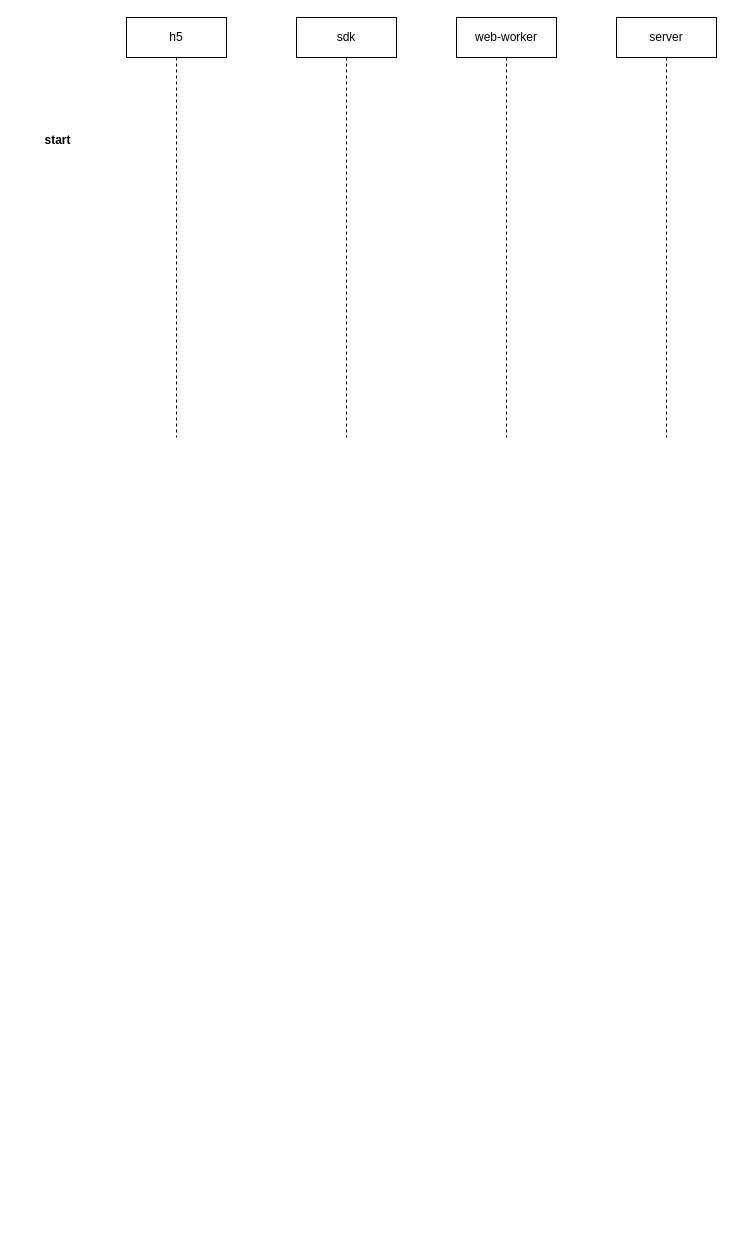
The draw.io diagram page "实时语音转文字" (11 of 11) of my-project/未命名绘图.drawio in gmtaurus/ceshi, before the edit. Source tidied: cells renumbered, new cells numbered last; positions are measured from the earlier drawing's top-left corner, leaving out a move shared by most shapes. Both pictures are drawn from the tidied source at 100%, with x=0, y=0 at pixel (17, 17).
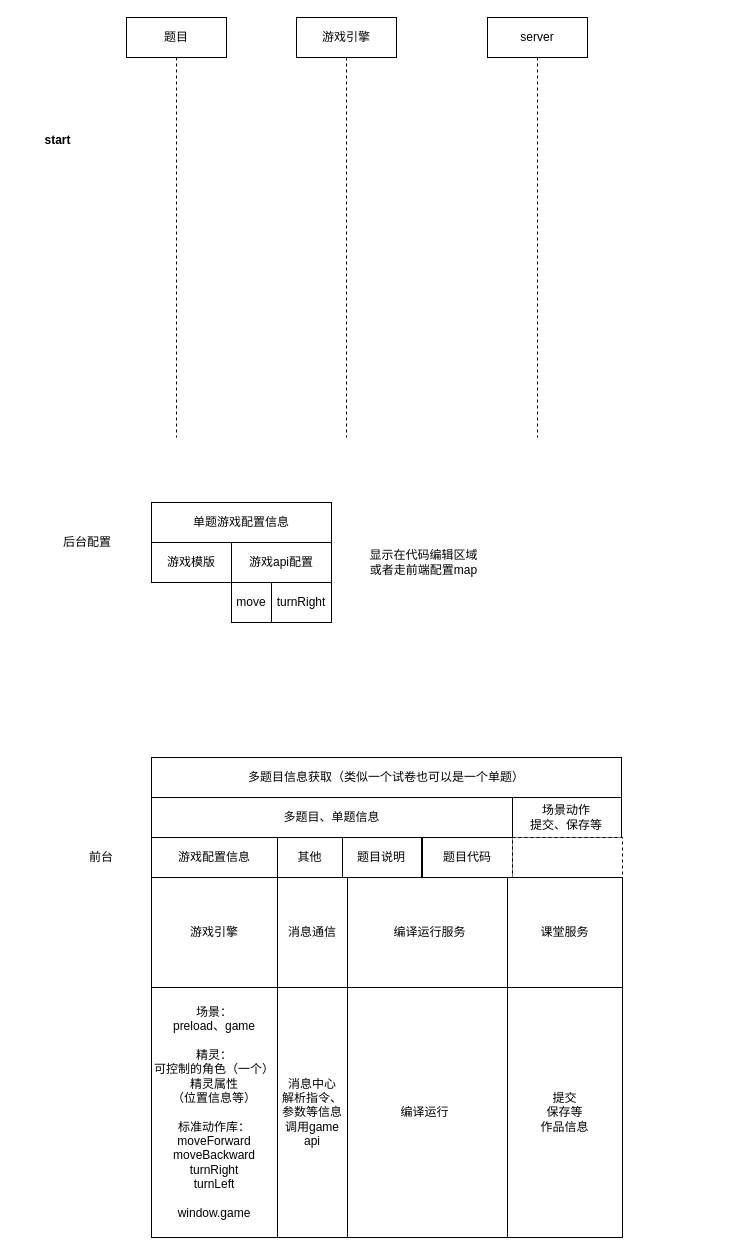
Above is the later version.

Commit message:
更新未命名绘图.drawio

Diff of the diagram source:
```diff
@@
-    <mxCell id="2" value="h5" style="shape=umlLifeline;perimeter=lifelinePerimeter;whiteSpace=wrap;html=1;newEdgeStyle={&quot;edgeStyle&quot;:&quot;elbowEdgeStyle&quot;,&quot;elbow&quot;:&quot;vertical&quot;,&quot;curved&quot;:0,&quot;rounded&quot;:0};" parent="1" vertex="1">
+    <mxCell id="2" value="题目" style="shape=umlLifeline;perimeter=lifelinePerimeter;whiteSpace=wrap;html=1;newEdgeStyle={&quot;edgeStyle&quot;:&quot;elbowEdgeStyle&quot;,&quot;elbow&quot;:&quot;vertical&quot;,&quot;curved&quot;:0,&quot;rounded&quot;:0};" parent="1" vertex="1">
       <mxGeometry x="109" width="100" height="420" as="geometry" />
     </mxCell>
-    <mxCell id="3" value="sdk" style="shape=umlLifeline;perimeter=lifelinePerimeter;whiteSpace=wrap;html=1;newEdgeStyle={&quot;edgeStyle&quot;:&quot;elbowEdgeStyle&quot;,&quot;elbow&quot;:&quot;vertical&quot;,&quot;curved&quot;:0,&quot;rounded&quot;:0};" parent="1" vertex="1">
+    <mxCell id="3" value="游戏引擎" style="shape=umlLifeline;perimeter=lifelinePerimeter;whiteSpace=wrap;html=1;newEdgeStyle={&quot;edgeStyle&quot;:&quot;elbowEdgeStyle&quot;,&quot;elbow&quot;:&quot;vertical&quot;,&quot;curved&quot;:0,&quot;rounded&quot;:0};" parent="1" vertex="1">
       <mxGeometry x="279" width="100" height="420" as="geometry" />
     </mxCell>
-    <mxCell id="4" value="web-worker" style="shape=umlLifeline;perimeter=lifelinePerimeter;whiteSpace=wrap;html=1;newEdgeStyle={&quot;edgeStyle&quot;:&quot;elbowEdgeStyle&quot;,&quot;elbow&quot;:&quot;vertical&quot;,&quot;curved&quot;:0,&quot;rounded&quot;:0};" parent="1" vertex="1">
-      <mxGeometry x="439" width="100" height="420" as="geometry" />
-    </mxCell>
     <mxCell id="5" value="server" style="shape=umlLifeline;perimeter=lifelinePerimeter;whiteSpace=wrap;html=1;newEdgeStyle={&quot;edgeStyle&quot;:&quot;elbowEdgeStyle&quot;,&quot;elbow&quot;:&quot;vertical&quot;,&quot;curved&quot;:0,&quot;rounded&quot;:0};" parent="1" vertex="1">
-      <mxGeometry x="599" width="100" height="420" as="geometry" />
+      <mxGeometry x="470" width="100" height="420" as="geometry" />
     </mxCell>
@@
+    <mxCell id="7" value="多题目信息获取（类似一个试卷也可以是一个单题）" style="rounded=0;whiteSpace=wrap;html=1;" parent="1" vertex="1">
+      <mxGeometry x="134" y="740" width="470" height="40" as="geometry" />
+    </mxCell>
+    <mxCell id="8" value="题目说明" style="rounded=0;whiteSpace=wrap;html=1;" parent="1" vertex="1">
+      <mxGeometry x="324" y="820" width="80" height="40" as="geometry" />
+    </mxCell>
+    <mxCell id="9" value="题目代码" style="rounded=0;whiteSpace=wrap;html=1;" parent="1" vertex="1">
+      <mxGeometry x="405" y="820" width="90" height="40" as="geometry" />
+    </mxCell>
+    <mxCell id="10" value="游戏配置信息" style="rounded=0;whiteSpace=wrap;html=1;" parent="1" vertex="1">
+      <mxGeometry x="134" y="820" width="126" height="40" as="geometry" />
+    </mxCell>
+    <mxCell id="11" value="场景动作&lt;br&gt;提交、保存等" style="rounded=0;whiteSpace=wrap;html=1;" parent="1" vertex="1">
+      <mxGeometry x="494" y="780" width="110" height="40" as="geometry" />
+    </mxCell>
+    <mxCell id="12" value="多题目、单题信息" style="rounded=0;whiteSpace=wrap;html=1;" parent="1" vertex="1">
+      <mxGeometry x="134" y="780" width="361" height="40" as="geometry" />
+    </mxCell>
+    <mxCell id="13" value="前台" style="text;html=1;strokeColor=none;fillColor=none;align=center;verticalAlign=middle;whiteSpace=wrap;rounded=0;" parent="1" vertex="1">
+      <mxGeometry x="54" y="825" width="60" height="30" as="geometry" />
+    </mxCell>
+    <mxCell id="14" value="其他" style="rounded=0;whiteSpace=wrap;html=1;" parent="1" vertex="1">
+      <mxGeometry x="260" y="820" width="65" height="40" as="geometry" />
+    </mxCell>
+    <mxCell id="15" value="单题游戏配置信息" style="rounded=0;whiteSpace=wrap;html=1;" parent="1" vertex="1">
+      <mxGeometry x="134" y="485" width="180" height="40" as="geometry" />
+    </mxCell>
+    <mxCell id="16" value="游戏模版" style="rounded=0;whiteSpace=wrap;html=1;" parent="1" vertex="1">
+      <mxGeometry x="134" y="525" width="80" height="40" as="geometry" />
+    </mxCell>
+    <mxCell id="17" value="游戏api配置" style="rounded=0;whiteSpace=wrap;html=1;" parent="1" vertex="1">
+      <mxGeometry x="214" y="525" width="100" height="40" as="geometry" />
+    </mxCell>
+    <mxCell id="18" value="move" style="rounded=0;whiteSpace=wrap;html=1;" parent="1" vertex="1">
+      <mxGeometry x="214" y="565" width="40" height="40" as="geometry" />
+    </mxCell>
+    <mxCell id="19" value="turnRight" style="rounded=0;whiteSpace=wrap;html=1;" parent="1" vertex="1">
+      <mxGeometry x="254" y="565" width="60" height="40" as="geometry" />
+    </mxCell>
+    <mxCell id="20" value="显示在代码编辑区域&lt;br&gt;或者走前端配置map" style="text;html=1;strokeColor=none;fillColor=none;align=center;verticalAlign=middle;whiteSpace=wrap;rounded=0;" parent="1" vertex="1">
+      <mxGeometry x="339" y="530" width="135" height="30" as="geometry" />
+    </mxCell>
+    <mxCell id="21" value="后台配置" style="text;html=1;strokeColor=none;fillColor=none;align=center;verticalAlign=middle;whiteSpace=wrap;rounded=0;" parent="1" vertex="1">
+      <mxGeometry x="40" y="510" width="60" height="30" as="geometry" />
+    </mxCell>
+    <mxCell id="22" style="rounded=0;whiteSpace=wrap;html=1;dashed=1;" parent="1" vertex="1">
+      <mxGeometry x="495" y="820" width="110" height="40" as="geometry" />
+    </mxCell>
+    <mxCell id="23" value="编译运行服务" style="rounded=0;whiteSpace=wrap;html=1;" parent="1" vertex="1">
+      <mxGeometry x="330" y="860" width="165" height="110" as="geometry" />
+    </mxCell>
+    <mxCell id="24" value="游戏引擎" style="rounded=0;whiteSpace=wrap;html=1;" parent="1" vertex="1">
+      <mxGeometry x="134" y="860" width="126" height="110" as="geometry" />
+    </mxCell>
+    <mxCell id="25" value="课堂服务" style="rounded=0;whiteSpace=wrap;html=1;" parent="1" vertex="1">
+      <mxGeometry x="490" y="860" width="115" height="110" as="geometry" />
+    </mxCell>
+    <mxCell id="26" value="消息通信" style="rounded=0;whiteSpace=wrap;html=1;" parent="1" vertex="1">
+      <mxGeometry x="260" y="860" width="70" height="110" as="geometry" />
+    </mxCell>
+    <mxCell id="27" value="场景：&lt;br&gt;preload、game&lt;br&gt;&lt;br&gt;精灵：&lt;br&gt;可控制的角色（一个）&lt;br&gt;精灵属性&lt;br&gt;（位置信息等）&lt;br&gt;&lt;br&gt;标准动作库：&lt;br&gt;moveForward&lt;br&gt;moveBackward&lt;br&gt;turnRight&lt;br&gt;turnLeft&lt;br&gt;&lt;br&gt;window.game" style="rounded=0;whiteSpace=wrap;html=1;" parent="1" vertex="1">
+      <mxGeometry x="134" y="970" width="126" height="250" as="geometry" />
+    </mxCell>
+    <mxCell id="28" value="编译运行" style="rounded=0;whiteSpace=wrap;html=1;" parent="1" vertex="1">
+      <mxGeometry x="325" y="970" width="165" height="250" as="geometry" />
+    </mxCell>
+    <mxCell id="29" value="消息中心&lt;br&gt;解析指令、参数等信息&lt;br&gt;调用game api" style="rounded=0;whiteSpace=wrap;html=1;" parent="1" vertex="1">
+      <mxGeometry x="260" y="970" width="70" height="250" as="geometry" />
+    </mxCell>
+    <mxCell id="30" value="提交&lt;br&gt;保存等&lt;br&gt;作品信息" style="rounded=0;whiteSpace=wrap;html=1;" parent="1" vertex="1">
+      <mxGeometry x="490" y="970" width="115" height="250" as="geometry" />
+    </mxCell>
```
